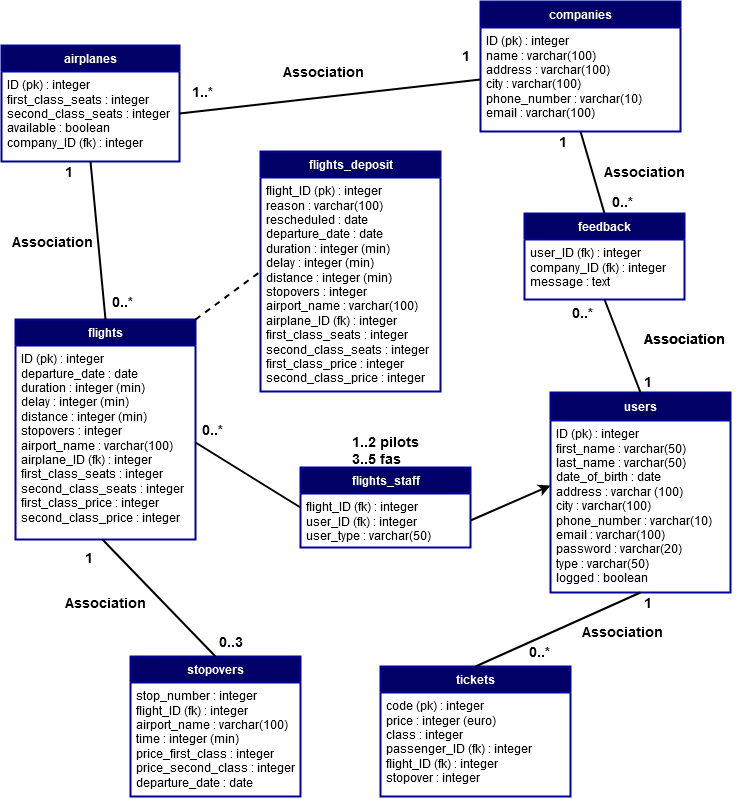
Earlier version of the draw.io export src/main/resources/airport database diagram.png (MihalachiBogdanMarian/2PL). Source tidied: cells renumbered, new cells last; positions are measured from the earlier drawing's top-left corner, leaving out a move shared by most shapes.
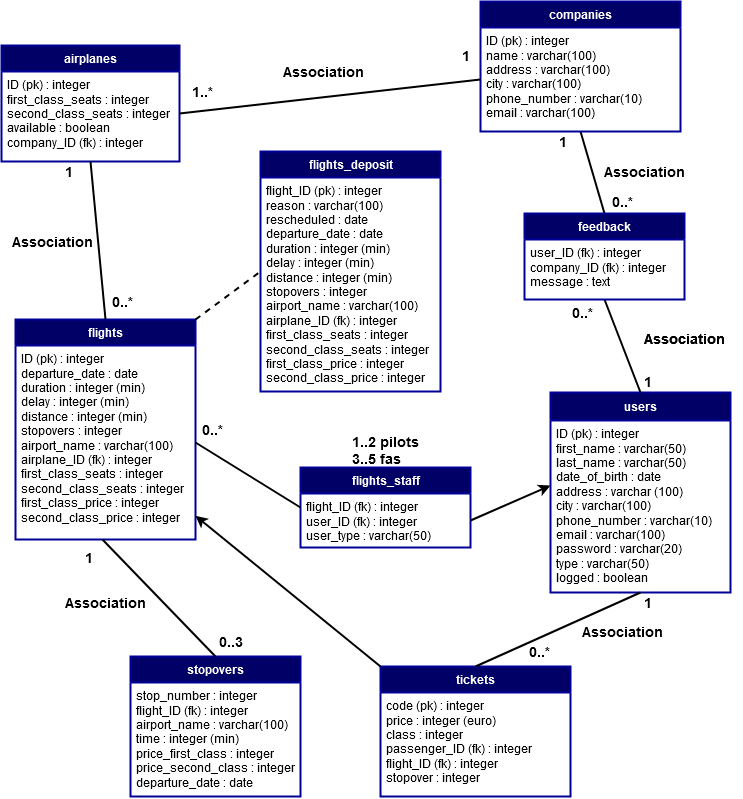
Later version of the same file.

What changed in the source:
```diff
@@ -161,5 +161,8 @@
     <mxCell id="52" value="&lt;font style=&quot;font-size: 14px&quot;&gt;&lt;b&gt;Association&lt;/b&gt;&lt;/font&gt;" style="text;html=1;align=left;verticalAlign=top;spacingTop=-4;strokeWidth=2;" parent="1" vertex="1">
       <mxGeometry x="62" y="591" width="100" height="20" as="geometry" />
     </mxCell>
+    <mxCell id="53" style="endArrow=classic;html=1;strokeWidth=2;exitX=0;exitY=0;exitDx=0;exitDy=0;" parent="1" edge="1" source="25" target="5">
+      <mxGeometry relative="1" as="geometry" />
+    </mxCell>
   </root>
 </mxGraphModel>
```
